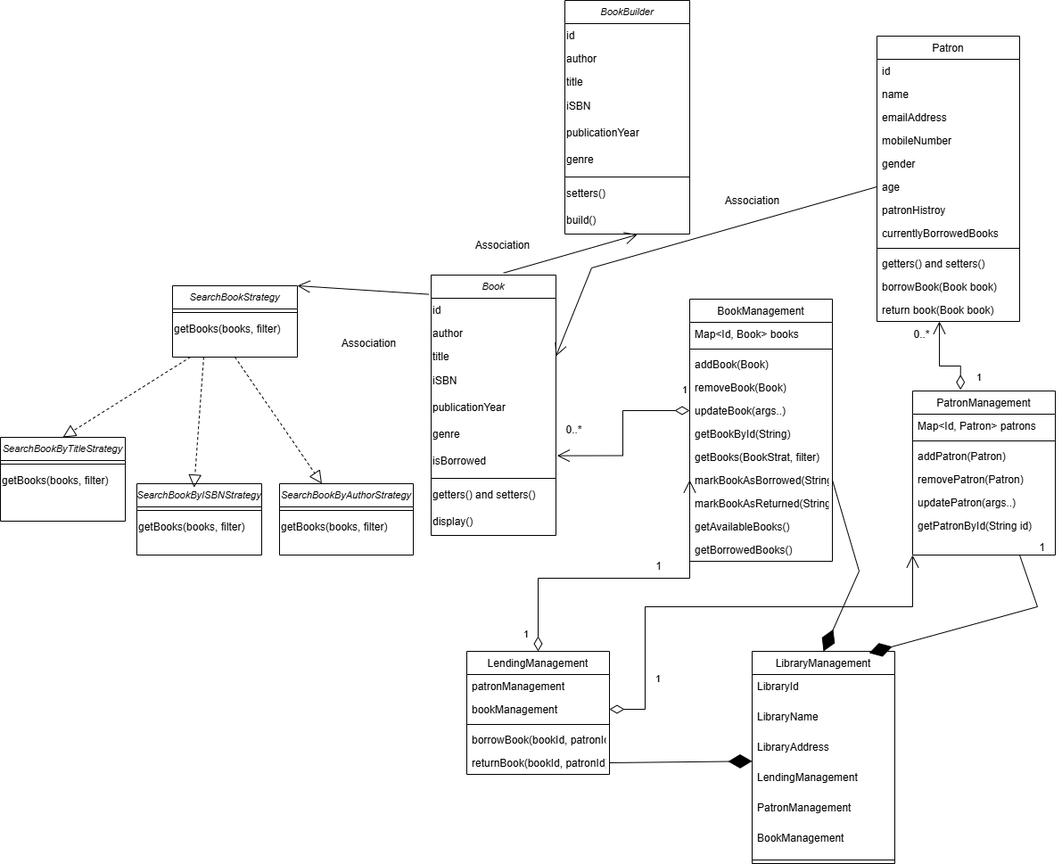
The draw.io diagram src/main/docs/class-diagram.drawio.png in Sanjeev02102000/LibraryManagementSystem, before a commit. Source tidied: cells renumbered, new cells last; positions are measured from the earlier drawing's top-left corner, leaving out a move shared by most shapes.
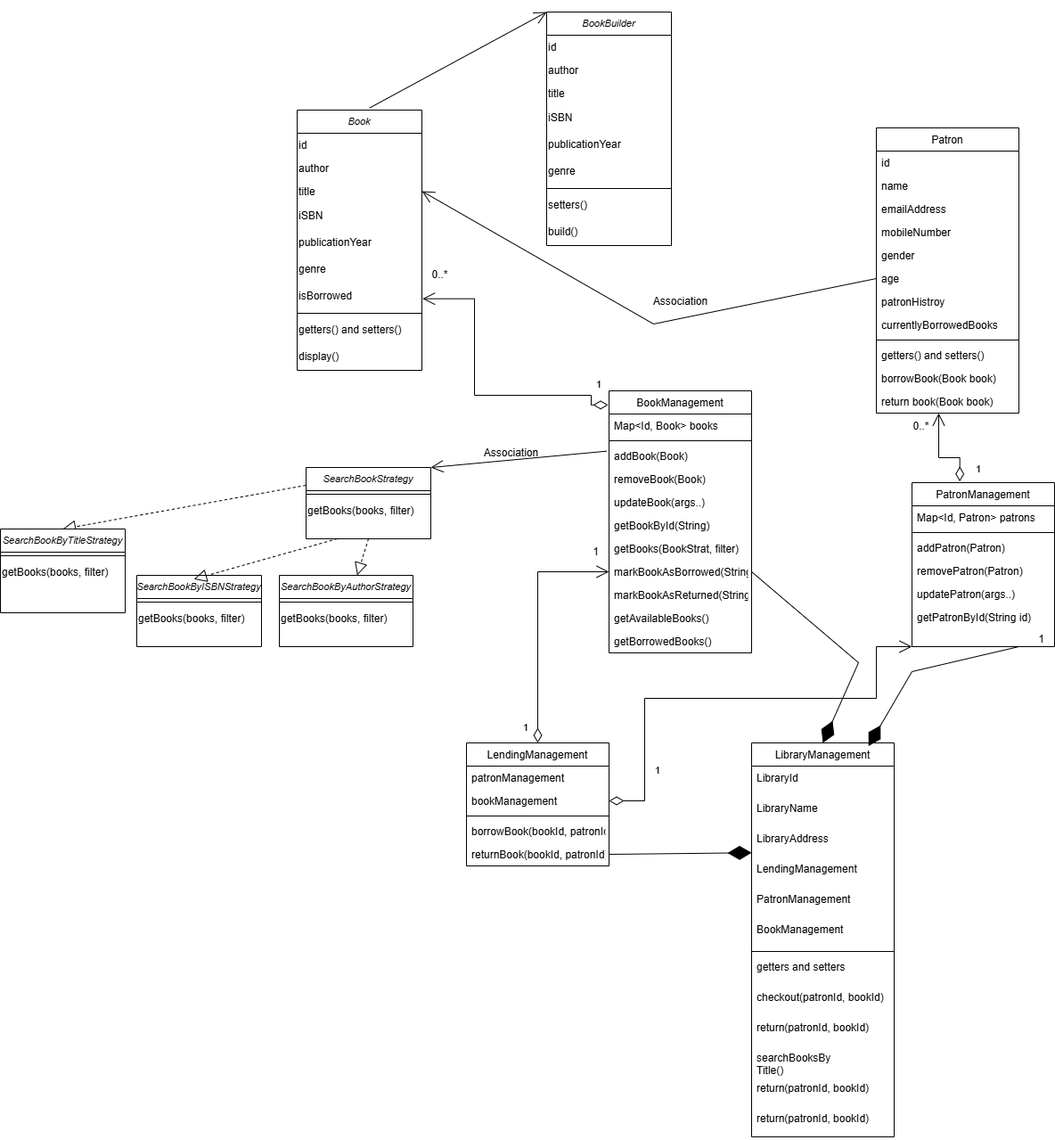
After the change.

Commit message:
Assignment-1: Update class diagrams

What changed in the source:
```diff
@@ -3,7 +3,7 @@
     <mxCell id="0" />
     <mxCell id="1" parent="0" />
     <mxCell id="2" value="Book" style="swimlane;fontStyle=2;align=center;verticalAlign=top;horizontal=1;startSize=26;rounded=0;shadow=0;strokeWidth=1;fontSize=11;" parent="1" vertex="1">
-      <mxGeometry x="483" y="308" width="140" height="292" as="geometry" />
+      <mxGeometry x="333" y="20" width="140" height="292" as="geometry" />
     </mxCell>
     <mxCell id="3" value="id&#10;&#10;" style="text;align=left;verticalAlign=top;spacingLeft=0;spacingRight=4;overflow=hidden;" parent="2" vertex="1">
       <mxGeometry y="26" width="140" height="26" as="geometry" />
@@ -36,7 +36,7 @@
       <mxGeometry y="262" width="140" height="30" as="geometry" />
     </mxCell>
     <mxCell id="13" value="BookManagement" style="swimlane;fontStyle=0;align=center;verticalAlign=top;horizontal=1;startSize=26;rounded=0;shadow=0;strokeWidth=1;" parent="1" vertex="1">
-      <mxGeometry x="773" y="335" width="160" height="294" as="geometry" />
+      <mxGeometry x="683" y="335" width="160" height="294" as="geometry" />
     </mxCell>
     <mxCell id="14" value="Map&lt;Id, Book&gt; books" style="text;align=left;verticalAlign=top;spacingLeft=4;spacingRight=4;overflow=hidden;" parent="13" vertex="1">
       <mxGeometry y="26" width="160" height="26" as="geometry" />
@@ -132,7 +132,7 @@
       <mxGeometry y="294" width="160" height="26" as="geometry" />
     </mxCell>
     <mxCell id="45" value="LibraryManagement" style="swimlane;fontStyle=0;align=center;verticalAlign=top;horizontal=1;startSize=26;rounded=0;shadow=0;strokeWidth=1;" parent="1" vertex="1">
-      <mxGeometry x="843" y="730" width="160" height="238" as="geometry" />
+      <mxGeometry x="843" y="730" width="160" height="442" as="geometry" />
     </mxCell>
     <mxCell id="46" value="LibraryId" style="text;align=left;verticalAlign=top;spacingLeft=4;spacingRight=4;overflow=hidden;" parent="45" vertex="1">
       <mxGeometry y="26" width="160" height="34" as="geometry" />
@@ -155,6 +155,24 @@
     <mxCell id="52" style="line;html=1;strokeWidth=1;align=left;verticalAlign=middle;spacingTop=-1;spacingLeft=3;spacingRight=3;labelPosition=right;" parent="45" vertex="1">
       <mxGeometry y="230" width="160" height="8" as="geometry" />
     </mxCell>
+    <mxCell id="101" value="getters and setters" style="text;align=left;verticalAlign=top;spacingLeft=4;spacingRight=4;overflow=hidden;" parent="45" vertex="1">
+      <mxGeometry y="238" width="160" height="34" as="geometry" />
+    </mxCell>
+    <mxCell id="102" value="checkout(patronId, bookId)" style="text;align=left;verticalAlign=top;spacingLeft=4;spacingRight=4;overflow=hidden;" parent="45" vertex="1">
+      <mxGeometry y="272" width="160" height="34" as="geometry" />
+    </mxCell>
+    <mxCell id="103" value="return(patronId, bookId)" style="text;align=left;verticalAlign=top;spacingLeft=4;spacingRight=4;overflow=hidden;" parent="45" vertex="1">
+      <mxGeometry y="306" width="160" height="34" as="geometry" />
+    </mxCell>
+    <mxCell id="104" value="searchBooksBy&#10;Title()" style="text;align=left;verticalAlign=top;spacingLeft=4;spacingRight=4;overflow=hidden;" parent="45" vertex="1">
+      <mxGeometry y="340" width="160" height="34" as="geometry" />
+    </mxCell>
+    <mxCell id="105" value="return(patronId, bookId)" style="text;align=left;verticalAlign=top;spacingLeft=4;spacingRight=4;overflow=hidden;" parent="45" vertex="1">
+      <mxGeometry y="374" width="160" height="34" as="geometry" />
+    </mxCell>
+    <mxCell id="106" value="return(patronId, bookId)" style="text;align=left;verticalAlign=top;spacingLeft=4;spacingRight=4;overflow=hidden;" parent="45" vertex="1">
+      <mxGeometry y="408" width="160" height="34" as="geometry" />
+    </mxCell>
     <mxCell id="53" value="LendingManagement" style="swimlane;fontStyle=0;align=center;verticalAlign=top;horizontal=1;startSize=26;rounded=0;shadow=0;strokeWidth=1;" parent="1" vertex="1">
       <mxGeometry x="523" y="730" width="160" height="138" as="geometry" />
     </mxCell>
@@ -176,20 +194,22 @@
     <mxCell id="59" style="endArrow=open;endFill=1;endSize=12;html=1;rounded=0;exitX=0;exitY=0.5;exitDx=0;exitDy=0;entryX=1;entryY=0.5;entryDx=0;entryDy=0;" parent="1" edge="1" source="38" target="5">
       <mxGeometry relative="1" as="geometry">
         <Array as="points">
-          <mxPoint x="663" y="300" />
+          <mxPoint x="733" y="260" />
         </Array>
       </mxGeometry>
     </mxCell>
-    <mxCell id="60" value="1" style="endArrow=open;html=1;endSize=12;startArrow=diamondThin;startSize=14;startFill=0;edgeStyle=orthogonalEdgeStyle;align=left;verticalAlign=bottom;rounded=0;entryX=1.009;entryY=0.287;entryDx=0;entryDy=0;entryPerimeter=0;exitX=0;exitY=0.5;exitDx=0;exitDy=0;" parent="1" edge="1" source="18" target="9">
+    <mxCell id="60" value="1" style="endArrow=open;html=1;endSize=12;startArrow=diamondThin;startSize=14;startFill=0;edgeStyle=orthogonalEdgeStyle;align=left;verticalAlign=bottom;rounded=0;entryX=1.005;entryY=0.589;entryDx=0;entryDy=0;entryPerimeter=0;exitX=-0.006;exitY=0.054;exitDx=0;exitDy=0;exitPerimeter=0;" parent="1" edge="1" source="13" target="9">
       <mxGeometry x="-0.91" y="-14" relative="1" as="geometry">
         <Array as="points">
-          <mxPoint x="698" y="460" />
-          <mxPoint x="698" y="510" />
+          <mxPoint x="663" y="351" />
+          <mxPoint x="663" y="340" />
+          <mxPoint x="532" y="340" />
+          <mxPoint x="532" y="232" />
         </Array>
       </mxGeometry>
     </mxCell>
     <mxCell id="61" value="0..*" style="text;html=1;align=center;verticalAlign=middle;strokeColor=none;fillColor=none;" parent="1" vertex="1">
-      <mxGeometry x="623" y="467" width="40" height="30" as="geometry" />
+      <mxGeometry x="473" y="190" width="40" height="30" as="geometry" />
     </mxCell>
     <mxCell id="62" value="1" style="endArrow=open;html=1;endSize=12;startArrow=diamondThin;startSize=14;startFill=0;edgeStyle=orthogonalEdgeStyle;align=left;verticalAlign=bottom;rounded=0;exitX=0.398;exitY=-0.007;exitDx=0;exitDy=0;exitPerimeter=0;" parent="1" edge="1">
       <mxGeometry x="-0.91" y="-16" relative="1" as="geometry">
@@ -205,24 +225,25 @@
       <mxGeometry x="1013" y="360" width="40" height="30" as="geometry" />
     </mxCell>
     <mxCell id="64" value="Association" style="text;html=1;align=center;verticalAlign=middle;strokeColor=none;fillColor=none;" parent="1" vertex="1">
-      <mxGeometry x="803" y="210" width="80" height="30" as="geometry" />
+      <mxGeometry x="723" y="220" width="80" height="30" as="geometry" />
     </mxCell>
     <mxCell id="65" value="1" style="endArrow=open;html=1;endSize=12;startArrow=diamondThin;startSize=14;startFill=0;edgeStyle=orthogonalEdgeStyle;align=left;verticalAlign=bottom;rounded=0;entryX=0;entryY=0.5;entryDx=0;entryDy=0;exitX=0.5;exitY=0;exitDx=0;exitDy=0;" parent="1" edge="1" source="53" target="21">
       <mxGeometry x="-0.94" y="18" relative="1" as="geometry">
         <Array as="points">
-          <mxPoint x="603" y="648" />
+          <mxPoint x="603" y="538" />
         </Array>
       </mxGeometry>
     </mxCell>
     <mxCell id="66" value="1" style="text;html=1;align=center;verticalAlign=middle;strokeColor=none;fillColor=none;" parent="1" vertex="1">
-      <mxGeometry x="723" y="620" width="30" height="30" as="geometry" />
+      <mxGeometry x="653" y="501" width="30" height="30" as="geometry" />
     </mxCell>
     <mxCell id="67" value="1" style="endArrow=open;html=1;endSize=12;startArrow=diamondThin;startSize=14;startFill=0;edgeStyle=orthogonalEdgeStyle;align=left;verticalAlign=bottom;rounded=0;entryX=0;entryY=1;entryDx=0;entryDy=0;exitX=1;exitY=0.5;exitDx=0;exitDy=0;" parent="1" edge="1" source="55" target="25">
       <mxGeometry x="-0.75" y="-10" relative="1" as="geometry">
         <Array as="points">
           <mxPoint x="723" y="795" />
           <mxPoint x="723" y="680" />
-          <mxPoint x="1023" y="680" />
+          <mxPoint x="983" y="680" />
+          <mxPoint x="983" y="622" />
         </Array>
       </mxGeometry>
     </mxCell>
@@ -235,7 +256,7 @@
     <mxCell id="70" style="endArrow=diamondThin;endFill=1;endSize=24;html=1;rounded=0;entryX=0.82;entryY=0.008;entryDx=0;entryDy=0;entryPerimeter=0;exitX=0.75;exitY=1;exitDx=0;exitDy=0;" parent="1" edge="1" source="25" target="45">
       <mxGeometry relative="1" as="geometry">
         <Array as="points">
-          <mxPoint x="1163" y="680" />
+          <mxPoint x="1023" y="650" />
         </Array>
       </mxGeometry>
     </mxCell>
@@ -247,7 +268,7 @@
       </mxGeometry>
     </mxCell>
     <mxCell id="72" value="BookBuilder" style="swimlane;fontStyle=2;align=center;verticalAlign=top;horizontal=1;startSize=26;rounded=0;shadow=0;strokeWidth=1;fontSize=11;" parent="1" vertex="1">
-      <mxGeometry x="633" width="140" height="262" as="geometry" />
+      <mxGeometry x="613" y="-90" width="140" height="262" as="geometry" />
     </mxCell>
     <mxCell id="73" value="id&#10;&#10;" style="text;align=left;verticalAlign=top;spacingLeft=0;spacingRight=4;overflow=hidden;" parent="72" vertex="1">
       <mxGeometry y="26" width="140" height="26" as="geometry" />
@@ -276,14 +297,14 @@
     <mxCell id="81" value="build()" style="text;html=1;align=left;verticalAlign=middle;points=[];strokeColor=none;fillColor=none;spacing=2;" parent="72" vertex="1">
       <mxGeometry y="232" width="140" height="30" as="geometry" />
     </mxCell>
-    <mxCell id="82" style="endArrow=open;endFill=1;endSize=12;html=1;rounded=0;exitX=0.58;exitY=-0.008;exitDx=0;exitDy=0;exitPerimeter=0;entryX=0.58;entryY=1.022;entryDx=0;entryDy=0;entryPerimeter=0;" parent="1" edge="1" source="2" target="81">
+    <mxCell id="82" style="endArrow=open;endFill=1;endSize=12;html=1;rounded=0;exitX=0.58;exitY=-0.008;exitDx=0;exitDy=0;exitPerimeter=0;entryX=0;entryY=0;entryDx=0;entryDy=0;" parent="1" edge="1" source="2" target="72">
       <mxGeometry relative="1" as="geometry" />
     </mxCell>
     <mxCell id="83" value="Association" style="text;html=1;align=center;verticalAlign=middle;strokeColor=none;fillColor=none;" parent="1" vertex="1">
-      <mxGeometry x="523" y="260" width="80" height="30" as="geometry" />
+      <mxGeometry x="533" y="390" width="80" height="30" as="geometry" />
     </mxCell>
     <mxCell id="84" value="SearchBookStrategy" style="swimlane;fontStyle=2;align=center;verticalAlign=top;horizontal=1;startSize=26;rounded=0;shadow=0;strokeWidth=1;fontSize=11;" parent="1" vertex="1">
-      <mxGeometry x="193" y="320" width="140" height="80" as="geometry" />
+      <mxGeometry x="343" y="421" width="140" height="80" as="geometry" />
     </mxCell>
     <mxCell id="85" style="line;html=1;strokeWidth=1;align=left;verticalAlign=middle;spacingTop=-1;spacingLeft=3;spacingRight=3;labelPosition=right;" parent="84" vertex="1">
       <mxGeometry y="26" width="140" height="8" as="geometry" />
@@ -291,10 +312,8 @@
     <mxCell id="86" value="&lt;div&gt;getBooks(books, filter&lt;span style=&quot;background-color: transparent; color: light-dark(rgb(0, 0, 0), rgb(255, 255, 255));&quot;&gt;)&lt;/span&gt;&lt;/div&gt;" style="text;html=1;align=left;verticalAlign=middle;strokeColor=none;fillColor=none;" parent="84" vertex="1">
       <mxGeometry y="34" width="140" height="30" as="geometry" />
     </mxCell>
-    <mxCell id="87" style="endArrow=block;dashed=1;endFill=0;endSize=12;html=1;rounded=0;entryX=0.5;entryY=0;entryDx=0;entryDy=0;" parent="1" edge="1" target="94">
-      <mxGeometry relative="1" as="geometry">
-        <mxPoint x="213" y="400" as="sourcePoint" />
-      </mxGeometry>
+    <mxCell id="87" style="endArrow=block;dashed=1;endFill=0;endSize=12;html=1;rounded=0;entryX=0.5;entryY=0;entryDx=0;entryDy=0;exitX=0;exitY=0.25;exitDx=0;exitDy=0;" parent="1" edge="1" source="84" target="94">
+      <mxGeometry relative="1" as="geometry" />
     </mxCell>
     <mxCell id="88" value="SearchBookByISBNStrategy" style="swimlane;fontStyle=2;align=center;verticalAlign=top;horizontal=1;startSize=26;rounded=0;shadow=0;strokeWidth=1;fontSize=11;" parent="1" vertex="1">
       <mxGeometry x="153" y="542" width="140" height="80" as="geometry" />
@@ -329,11 +348,8 @@
     <mxCell id="98" style="endArrow=block;dashed=1;endFill=0;endSize=12;html=1;rounded=0;exitX=0.5;exitY=1;exitDx=0;exitDy=0;" parent="1" edge="1" source="84" target="91">
       <mxGeometry relative="1" as="geometry" />
     </mxCell>
-    <mxCell id="99" style="endArrow=open;endFill=1;endSize=12;html=1;rounded=0;entryX=1;entryY=0;entryDx=0;entryDy=0;exitX=-0.018;exitY=0.074;exitDx=0;exitDy=0;exitPerimeter=0;" parent="1" edge="1" source="2" target="84">
+    <mxCell id="99" style="endArrow=open;endFill=1;endSize=12;html=1;rounded=0;entryX=1;entryY=0;entryDx=0;entryDy=0;exitX=-0.016;exitY=0.295;exitDx=0;exitDy=0;exitPerimeter=0;" parent="1" edge="1" source="16" target="84">
       <mxGeometry relative="1" as="geometry" />
     </mxCell>
-    <mxCell id="100" value="Association" style="text;html=1;align=center;verticalAlign=middle;strokeColor=none;fillColor=none;" parent="1" vertex="1">
-      <mxGeometry x="373" y="370" width="80" height="30" as="geometry" />
-    </mxCell>
   </root>
 </mxGraphModel>
```
